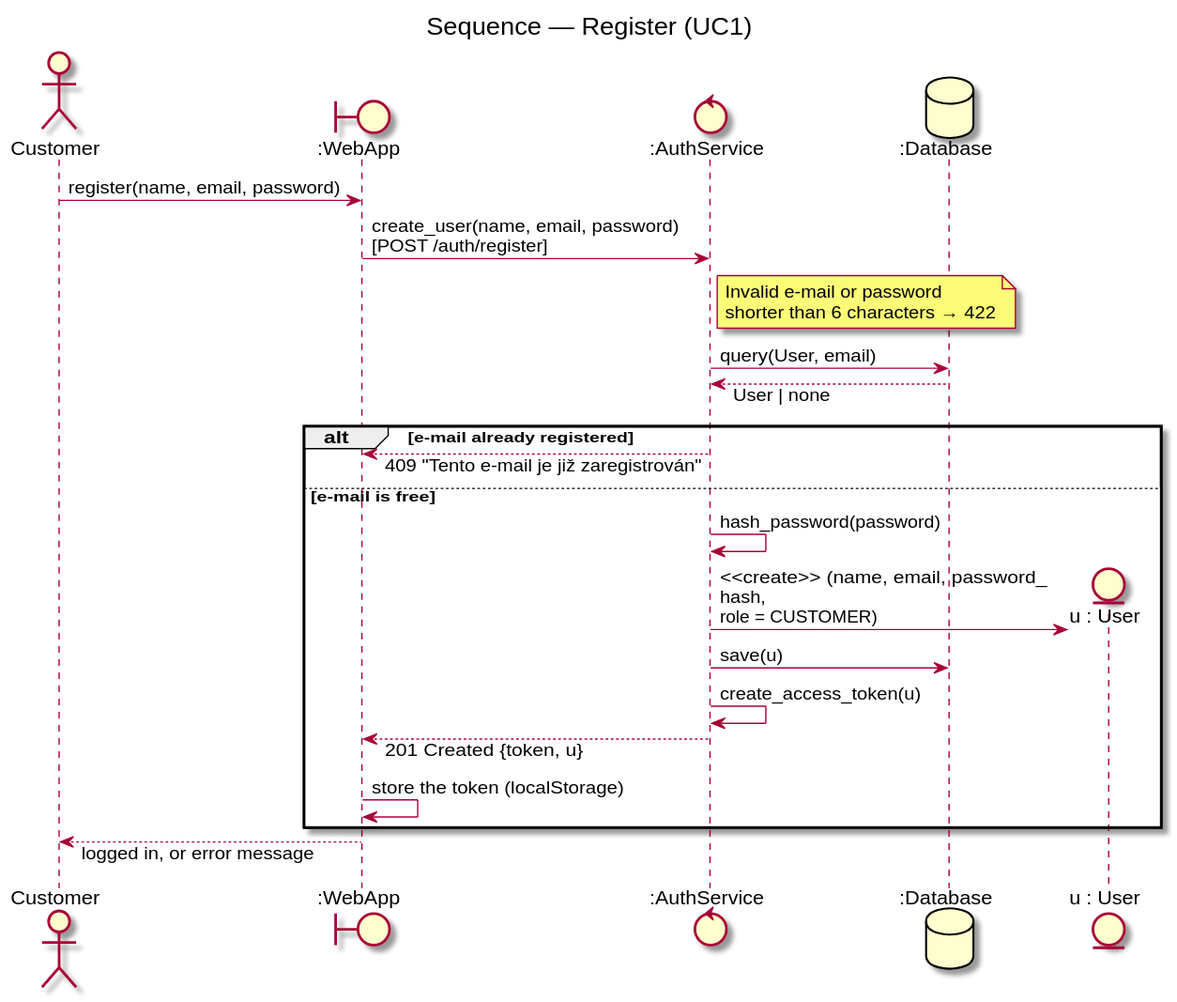
Above: docs/diagrams/sequence-register.svg in DavidMagyarics/CarRentalVSB (PlantUML), before the change.
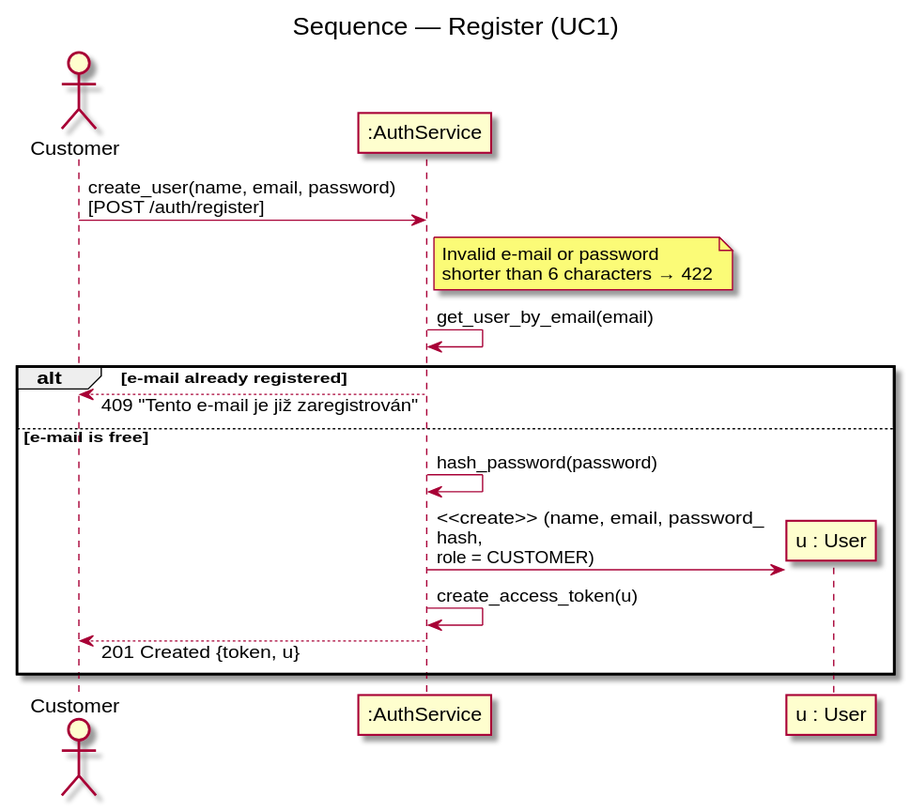
The same diagram one commit later.

Change to the diagram source:
```diff
@@ -4,31 +4,23 @@
 skinparam maxMessageSize 260
 title Sequence — Register (UC1)
 actor Customer
-boundary ":WebApp" as Web
-control ":AuthService" as Auth
-database ":Database" as DB
-entity "u : User" as U
+participant ":AuthService" as Auth
+participant "u : User" as U
 
-Customer -> Web : register(name, email, password)
-Web -> Auth : create_user(name, email, password)\n[POST /auth/register]
+Customer -> Auth : create_user(name, email, password)\n[POST /auth/register]
 note right of Auth
   Invalid e-mail or password
   shorter than 6 characters → 422
 end note
-Auth -> DB : query(User, email)
-DB --> Auth : User | none
+Auth -> Auth : get_user_by_email(email)
 
 alt e-mail already registered
-  Auth --> Web : 409 "Tento e-mail je již zaregistrován"
+  Auth --> Customer : 409 "Tento e-mail je již zaregistrován"
 else e-mail is free
   Auth -> Auth : hash_password(password)
   create U
   Auth -> U : <<create>> (name, email, password_hash,\nrole = CUSTOMER)
-  Auth -> DB : save(u)
   Auth -> Auth : create_access_token(u)
-  Auth --> Web : 201 Created {token, u}
-  Web -> Web : store the token (localStorage)
+  Auth --> Customer : 201 Created {token, u}
 end
-
-Web --> Customer : logged in, or error message
 @enduml
```
